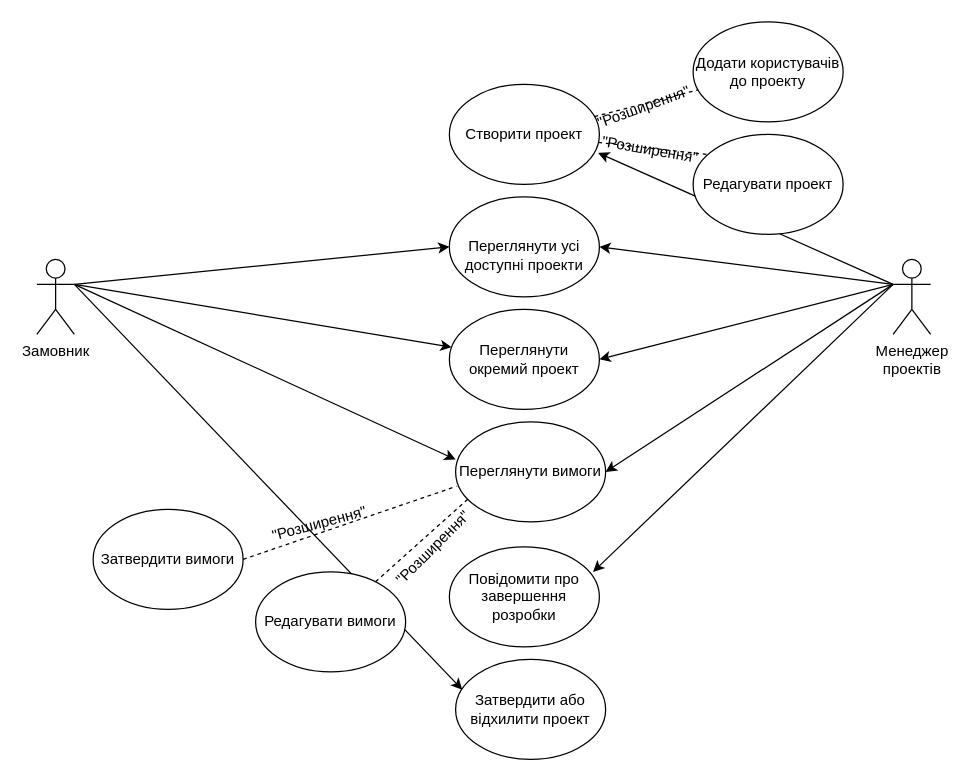
This is Untitled Diagram.drawio from Ovseienko/Flights, a draw.io file, before an edit. Source tidied: cells renumbered, new cells numbered last; positions are measured from the earlier drawing's top-left corner, leaving out a move shared by most shapes. Both pictures are drawn from the tidied source at 125%, with x=0, y=0 at pixel (36, 21).
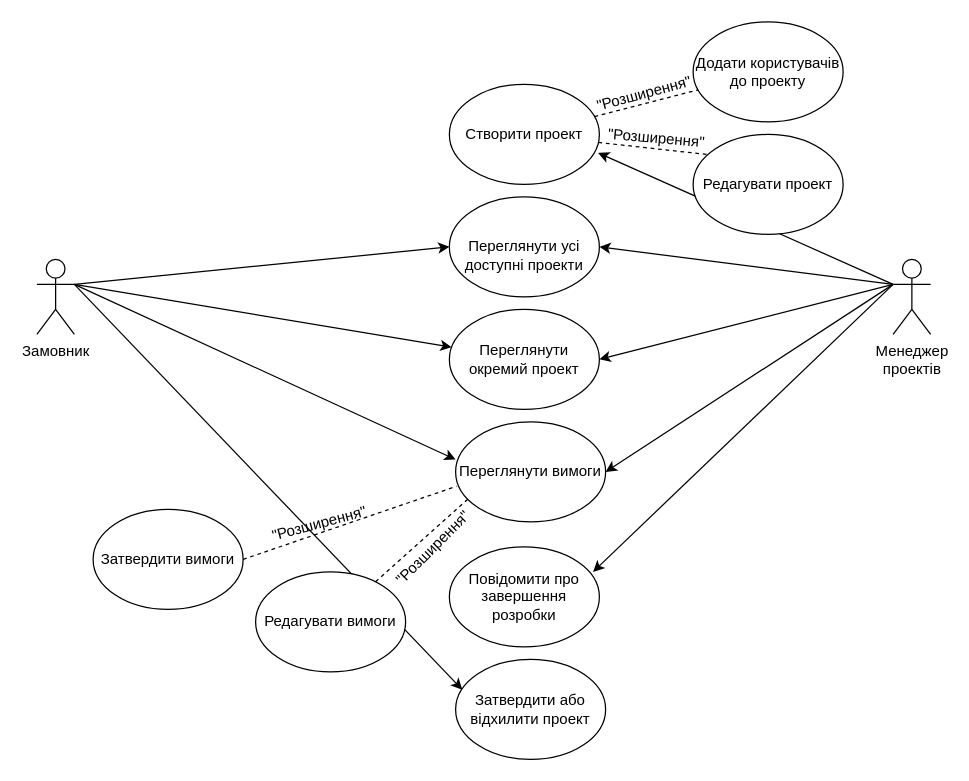
Above is the later version.

Diff of the diagram source:
```diff
@@
-    <mxCell id="27" value="&quot;Розширення&quot;" style="text;html=1;align=left;verticalAlign=top;spacingTop=-4;rotation=-20;" parent="1" vertex="1">
-      <mxGeometry x="445" y="57" width="90" height="20" as="geometry" />
+    <mxCell id="27" value="&quot;Розширення&quot;" style="text;html=1;align=left;verticalAlign=top;spacingTop=-4;rotation=-15;" parent="1" vertex="1">
+      <mxGeometry x="445" y="47" width="90" height="20" as="geometry" />
     </mxCell>
-    <mxCell id="28" value="&quot;Розширення&quot;" style="text;html=1;rotation=10;" parent="1" vertex="1">
-      <mxGeometry x="450" y="90" width="100" height="30" as="geometry" />
+    <mxCell id="28" value="&quot;Розширення&quot;" style="text;html=1;rotation=5;" parent="1" vertex="1">
+      <mxGeometry x="455" y="80" width="100" height="30" as="geometry" />
     </mxCell>
```
